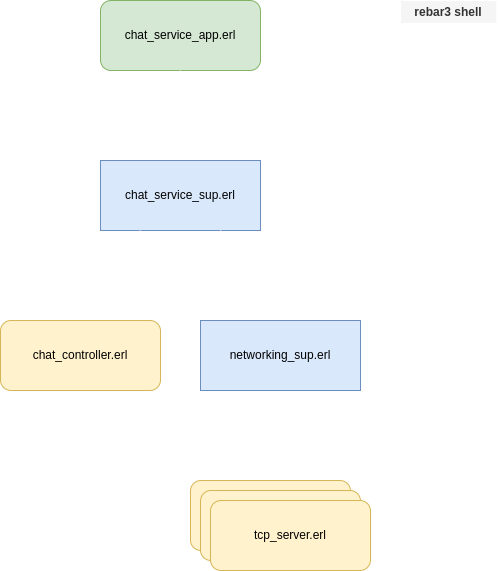
Above: OTP Supervision tree.drawio.png in skaysrei/docs-diagrams (draw.io), before the change. Source tidied: cells renumbered, new cells last; positions are measured from the earlier drawing's top-left corner, leaving out a move shared by most shapes.
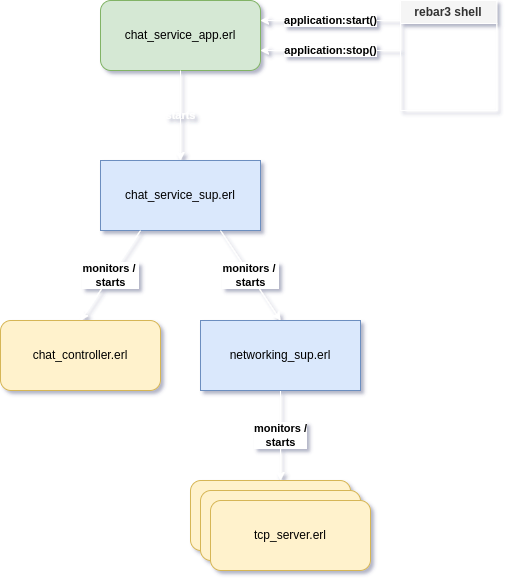
The same diagram one commit later.

The edit, as a diff of the source:
```diff
@@ -11,19 +11,19 @@
     <mxCell id="4" value="starts" style="endArrow=classic;html=1;rounded=0;entryX=0.5;entryY=0;entryDx=0;entryDy=0;exitX=0.5;exitY=1;exitDx=0;exitDy=0;fillColor=#f5f5f5;strokeColor=#FFFFFF;labelBackgroundColor=none;fontColor=#FFFFFF;fontStyle=1;" parent="1" edge="1" source="2" target="3">
       <mxGeometry relative="1" as="geometry" />
     </mxCell>
-    <mxCell id="5" value="application:start()" style="endArrow=classic;html=1;rounded=0;fillColor=#f5f5f5;strokeColor=#FFFFFF;labelBackgroundColor=none;fontColor=#FFFFFF;fontStyle=1;" parent="1" edge="1">
+    <mxCell id="5" value="application:start()" style="endArrow=classic;html=1;rounded=0;fillColor=#f5f5f5;strokeColor=#FFFFFF;labelBackgroundColor=default;fontColor=#000000;fontStyle=1;" parent="1" edge="1">
       <mxGeometry relative="1" as="geometry">
         <mxPoint x="400" y="20" as="sourcePoint" />
         <mxPoint x="260" y="20" as="targetPoint" />
       </mxGeometry>
     </mxCell>
-    <mxCell id="6" value="application:stop()" style="endArrow=classic;html=1;rounded=0;fillColor=#f5f5f5;strokeColor=#FFFFFF;labelBackgroundColor=none;fontColor=#FFFFFF;fontStyle=1;" parent="1" edge="1">
+    <mxCell id="6" value="application:stop()" style="endArrow=classic;html=1;rounded=0;fillColor=#f5f5f5;strokeColor=#FFFFFF;labelBackgroundColor=default;fontColor=#000000;fontStyle=1;" parent="1" edge="1">
       <mxGeometry relative="1" as="geometry">
         <mxPoint x="400" y="50" as="sourcePoint" />
         <mxPoint x="260" y="50" as="targetPoint" />
       </mxGeometry>
     </mxCell>
-    <mxCell id="7" value="monitors /&lt;br&gt;starts" style="edgeStyle=orthogonalEdgeStyle;rounded=0;jettySize=auto;html=1;entryX=0.563;entryY=0;entryDx=0;entryDy=0;entryPerimeter=0;fillColor=#f5f5f5;strokeColor=#FFFFFF;labelBackgroundColor=none;fontColor=#FFFFFF;fontStyle=1;" parent="1" edge="1" source="8" target="12">
+    <mxCell id="7" value="monitors /&lt;br&gt;starts" style="edgeStyle=orthogonalEdgeStyle;rounded=0;jettySize=auto;html=1;entryX=0.563;entryY=0;entryDx=0;entryDy=0;entryPerimeter=0;fillColor=#f5f5f5;strokeColor=#FFFFFF;labelBackgroundColor=default;fontColor=#000000;fontStyle=1;" parent="1" edge="1" source="8" target="12">
       <mxGeometry relative="1" as="geometry" />
     </mxCell>
     <mxCell id="8" value="networking_sup.erl" style="rounded=0;whiteSpace=wrap;html=1;fillColor=#dae8fc;strokeColor=#6c8ebf;" parent="1" vertex="1">
@@ -32,10 +32,10 @@
     <mxCell id="9" value="chat_controller.erl" style="rounded=1;whiteSpace=wrap;html=1;fillColor=#fff2cc;strokeColor=#d6b656;" parent="1" vertex="1">
       <mxGeometry y="320" width="160" height="70" as="geometry" />
     </mxCell>
-    <mxCell id="10" value="monitors /&amp;nbsp;&lt;br&gt;starts" style="endArrow=classic;html=1;rounded=0;exitX=0.25;exitY=1;exitDx=0;exitDy=0;entryX=0.5;entryY=0;entryDx=0;entryDy=0;labelBackgroundColor=none;fontColor=#FFFFFF;strokeColor=#FFFFFF;fontStyle=1;" parent="1" edge="1" source="3" target="9">
+    <mxCell id="10" value="monitors /&amp;nbsp;&lt;br&gt;starts" style="endArrow=classic;html=1;rounded=0;exitX=0.25;exitY=1;exitDx=0;exitDy=0;entryX=0.5;entryY=0;entryDx=0;entryDy=0;labelBackgroundColor=default;fontColor=#000000;strokeColor=#FFFFFF;fontStyle=1;" parent="1" edge="1" source="3" target="9">
       <mxGeometry relative="1" as="geometry" />
     </mxCell>
-    <mxCell id="11" value="monitors /&amp;nbsp;&lt;br&gt;starts" style="endArrow=classic;html=1;rounded=0;exitX=0.75;exitY=1;exitDx=0;exitDy=0;entryX=0.5;entryY=0;entryDx=0;entryDy=0;fillColor=#f5f5f5;strokeColor=#FFFFFF;labelBackgroundColor=none;fontColor=#FFFFFF;fontStyle=1;" parent="1" edge="1" source="3" target="8">
+    <mxCell id="11" value="monitors /&amp;nbsp;&lt;br&gt;starts" style="endArrow=classic;html=1;rounded=0;exitX=0.75;exitY=1;exitDx=0;exitDy=0;entryX=0.5;entryY=0;entryDx=0;entryDy=0;fillColor=#f5f5f5;strokeColor=#FFFFFF;labelBackgroundColor=default;fontColor=#000000;fontStyle=1;" parent="1" edge="1" source="3" target="8">
       <mxGeometry relative="1" as="geometry" />
     </mxCell>
     <mxCell id="12" value="tcp_server.erl" style="rounded=1;whiteSpace=wrap;html=1;fillColor=#fff2cc;strokeColor=#d6b656;" parent="1" vertex="1">
```
